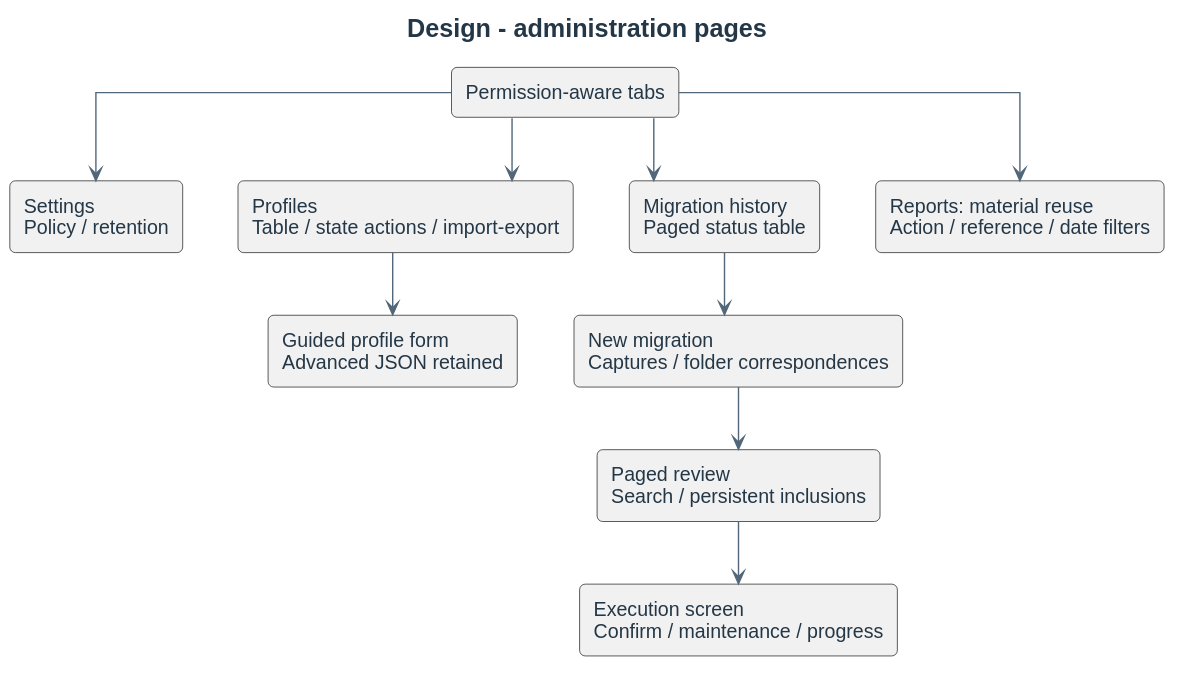
Above: docs/diagrams/design/administration-pages.svg in didactika/moodle-local_coursefiles (PlantUML), before the change.
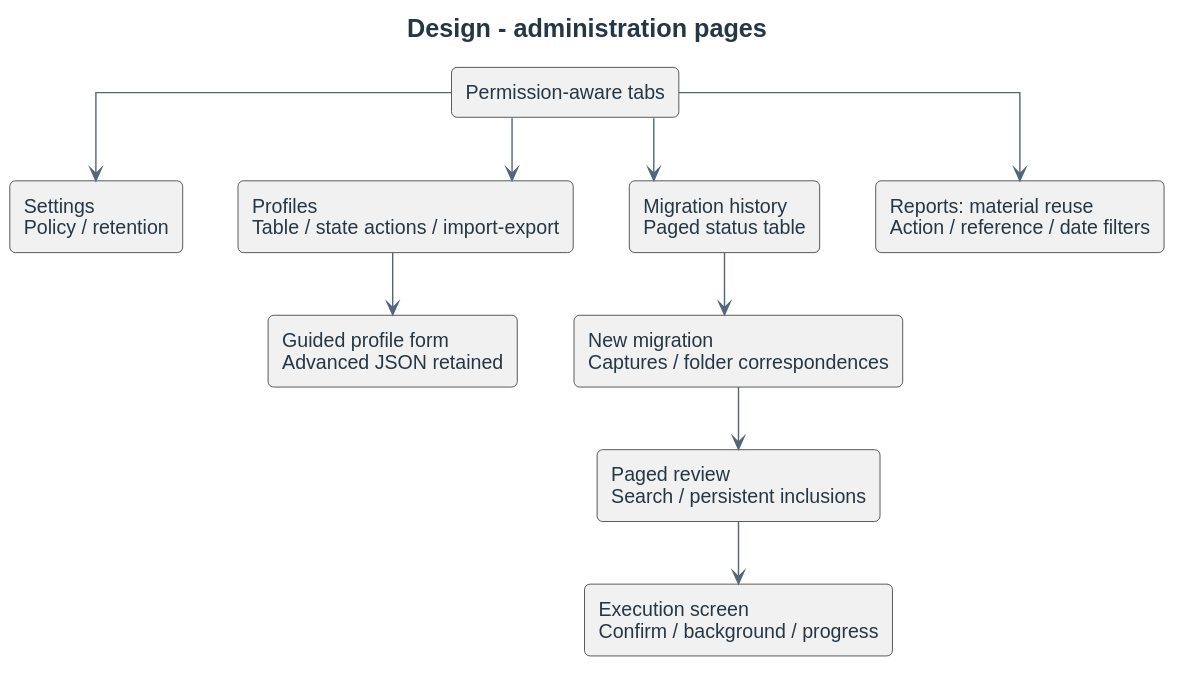
After the commit.

Change to the diagram source:
```diff
@@ -9,7 +9,7 @@
 rectangle "Reports: material reuse\nAction / reference / date filters" as Log
 rectangle "Guided profile form\nAdvanced JSON retained" as Editor
 rectangle "Paged review\nSearch / persistent inclusions" as Review
-rectangle "Execution screen\nConfirm / maintenance / progress" as Execute
+rectangle "Execution screen\nConfirm / background / progress" as Execute
 Tabs --> Settings
 Tabs --> Profiles
 Tabs --> Migration
```
